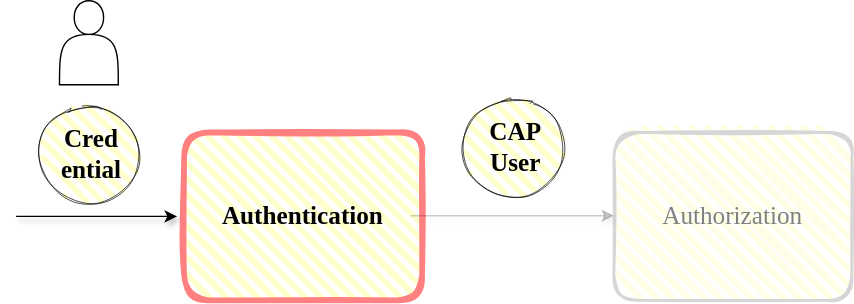
Above: guides/security/assets/authentication.drawio.svg in capire/docs (draw.io), before the change. Source tidied: cells renumbered, new cells last; positions are measured from the earlier drawing's top-left corner, leaving out a move shared by most shapes.
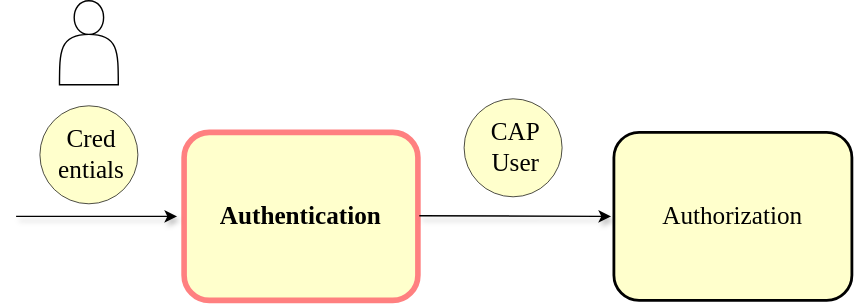
Later version of the same file.

Diff of the diagram source:
```diff
@@ -2,16 +2,16 @@
   <root>
     <mxCell id="0" />
     <mxCell id="1" parent="0" />
-    <mxCell id="2" style="ellipse;whiteSpace=wrap;html=1;rounded=1;whiteSpace=wrap;html=1;strokeWidth=0.5;fillWeight=4;hachureGap=8;hachureAngle=45;fillColor=#FFFFCC;sketch=1;" parent="1" vertex="1">
+    <mxCell id="2" style="ellipse;whiteSpace=wrap;html=1;rounded=1;whiteSpace=wrap;html=1;strokeWidth=0.5;fillWeight=4;hachureGap=8;hachureAngle=45;fillColor=#FFFFCC;" parent="1" vertex="1">
       <mxGeometry x="17" y="75" width="70" height="70" as="geometry" />
     </mxCell>
-    <mxCell id="3" value="&lt;font style=&quot;font-size: 18px;&quot; face=&quot;Comic Sans MS&quot;&gt;&lt;b&gt;Authentication&lt;/b&gt;&lt;/font&gt;" style="rounded=1;whiteSpace=wrap;html=1;strokeWidth=4;fillWeight=4;hachureGap=8;hachureAngle=45;fillColor=#FFFFCC;sketch=1;strokeColor=#FF8080;" parent="1" vertex="1">
-      <mxGeometry x="120" y="94" width="170" height="120" as="geometry" />
+    <mxCell id="3" value="&lt;font style=&quot;font-size: 18px;&quot; face=&quot;Comic Sans MS&quot;&gt;&lt;b&gt;Authentication&lt;/b&gt;&lt;/font&gt;" style="rounded=1;whiteSpace=wrap;html=1;strokeWidth=4;fillWeight=4;hachureGap=8;hachureAngle=45;fillColor=#FFFFCC;strokeColor=#FF8080;" parent="1" vertex="1">
+      <mxGeometry x="120" y="94" width="167" height="120" as="geometry" />
     </mxCell>
-    <mxCell id="4" value="&lt;font style=&quot;font-size: 18px;&quot; face=&quot;Comic Sans MS&quot;&gt;&lt;b&gt;Cred&lt;br&gt;ential&lt;/b&gt;&lt;/font&gt;" style="text;html=1;align=center;verticalAlign=middle;whiteSpace=wrap;rounded=0;" parent="1" vertex="1">
+    <mxCell id="4" value="&lt;font style=&quot;font-size: 18px;&quot; face=&quot;Comic Sans MS&quot;&gt;Cred&lt;br&gt;entials&lt;/font&gt;" style="text;html=1;align=center;verticalAlign=middle;whiteSpace=wrap;rounded=0;" parent="1" vertex="1">
       <mxGeometry x="24" y="95" width="60" height="30" as="geometry" />
     </mxCell>
-    <mxCell id="5" value="&lt;font style=&quot;font-size: 18px;&quot; face=&quot;Comic Sans MS&quot;&gt;Authorization&lt;/font&gt;" style="rounded=1;whiteSpace=wrap;html=1;strokeWidth=2;fillWeight=4;hachureGap=8;hachureAngle=45;fillColor=rgba(255,255,204,0.5);sketch=1;strokeColor=#D6D6D6;fontColor=#808080;" parent="1" vertex="1">
+    <mxCell id="5" value="&lt;font style=&quot;font-size: 18px;&quot; face=&quot;Comic Sans MS&quot;&gt;Authorization&lt;/font&gt;" style="rounded=1;whiteSpace=wrap;html=1;strokeWidth=2;fillWeight=4;hachureGap=8;hachureAngle=45;fillColor=#FFFFCC;" parent="1" vertex="1">
       <mxGeometry x="427" y="94" width="170" height="120" as="geometry" />
     </mxCell>
     <mxCell id="6" style="edgeStyle=none;orthogonalLoop=1;jettySize=auto;html=1;shadow=1;entryX=0;entryY=0.5;entryDx=0;entryDy=0;" parent="1" edge="1">
@@ -20,20 +20,20 @@
         <mxPoint x="115" y="154" as="targetPoint" />
       </mxGeometry>
     </mxCell>
-    <mxCell id="7" style="edgeStyle=none;orthogonalLoop=1;jettySize=auto;html=1;shadow=1;exitX=1;exitY=0.5;exitDx=0;exitDy=0;strokeColor=rgba(0,0,0,0.2);" parent="1" edge="1">
-      <mxGeometry relative="1" as="geometry">
-        <mxPoint x="282" y="153.5" as="sourcePoint" />
-        <mxPoint x="427" y="153.5" as="targetPoint" />
-      </mxGeometry>
-    </mxCell>
     <mxCell id="8" style="shape=actor;whiteSpace=wrap;html=1;" parent="1" vertex="1">
       <mxGeometry x="31" width="42" height="60" as="geometry" />
     </mxCell>
-    <mxCell id="9" style="ellipse;whiteSpace=wrap;html=1;rounded=1;whiteSpace=wrap;html=1;strokeWidth=0.5;fillWeight=4;hachureGap=8;hachureAngle=45;fillColor=#FFFFCC;sketch=1;" parent="1" vertex="1">
+    <mxCell id="9" style="ellipse;whiteSpace=wrap;html=1;rounded=1;whiteSpace=wrap;html=1;strokeWidth=0.5;fillWeight=4;hachureGap=8;hachureAngle=45;fillColor=#FFFFCC;" parent="1" vertex="1">
       <mxGeometry x="320" y="70" width="70" height="70" as="geometry" />
     </mxCell>
-    <mxCell id="10" value="&lt;font style=&quot;font-size: 18px;&quot; face=&quot;Comic Sans MS&quot;&gt;&lt;b&gt;CAP User&lt;/b&gt;&lt;/font&gt;" style="text;html=1;align=center;verticalAlign=middle;whiteSpace=wrap;rounded=0;" parent="1" vertex="1">
+    <mxCell id="10" value="&lt;font style=&quot;font-size: 18px;&quot; face=&quot;Comic Sans MS&quot;&gt;CAP User&lt;/font&gt;" style="text;html=1;align=center;verticalAlign=middle;whiteSpace=wrap;rounded=0;" parent="1" vertex="1">
       <mxGeometry x="327" y="90" width="60" height="30" as="geometry" />
     </mxCell>
+    <mxCell id="11" style="edgeStyle=none;orthogonalLoop=1;jettySize=auto;html=1;shadow=1;entryX=0;entryY=0.5;entryDx=0;entryDy=0;" parent="1" edge="1">
+      <mxGeometry relative="1" as="geometry">
+        <mxPoint x="288" y="153.5" as="sourcePoint" />
+        <mxPoint x="425" y="154" as="targetPoint" />
+      </mxGeometry>
+    </mxCell>
   </root>
 </mxGraphModel>
```
